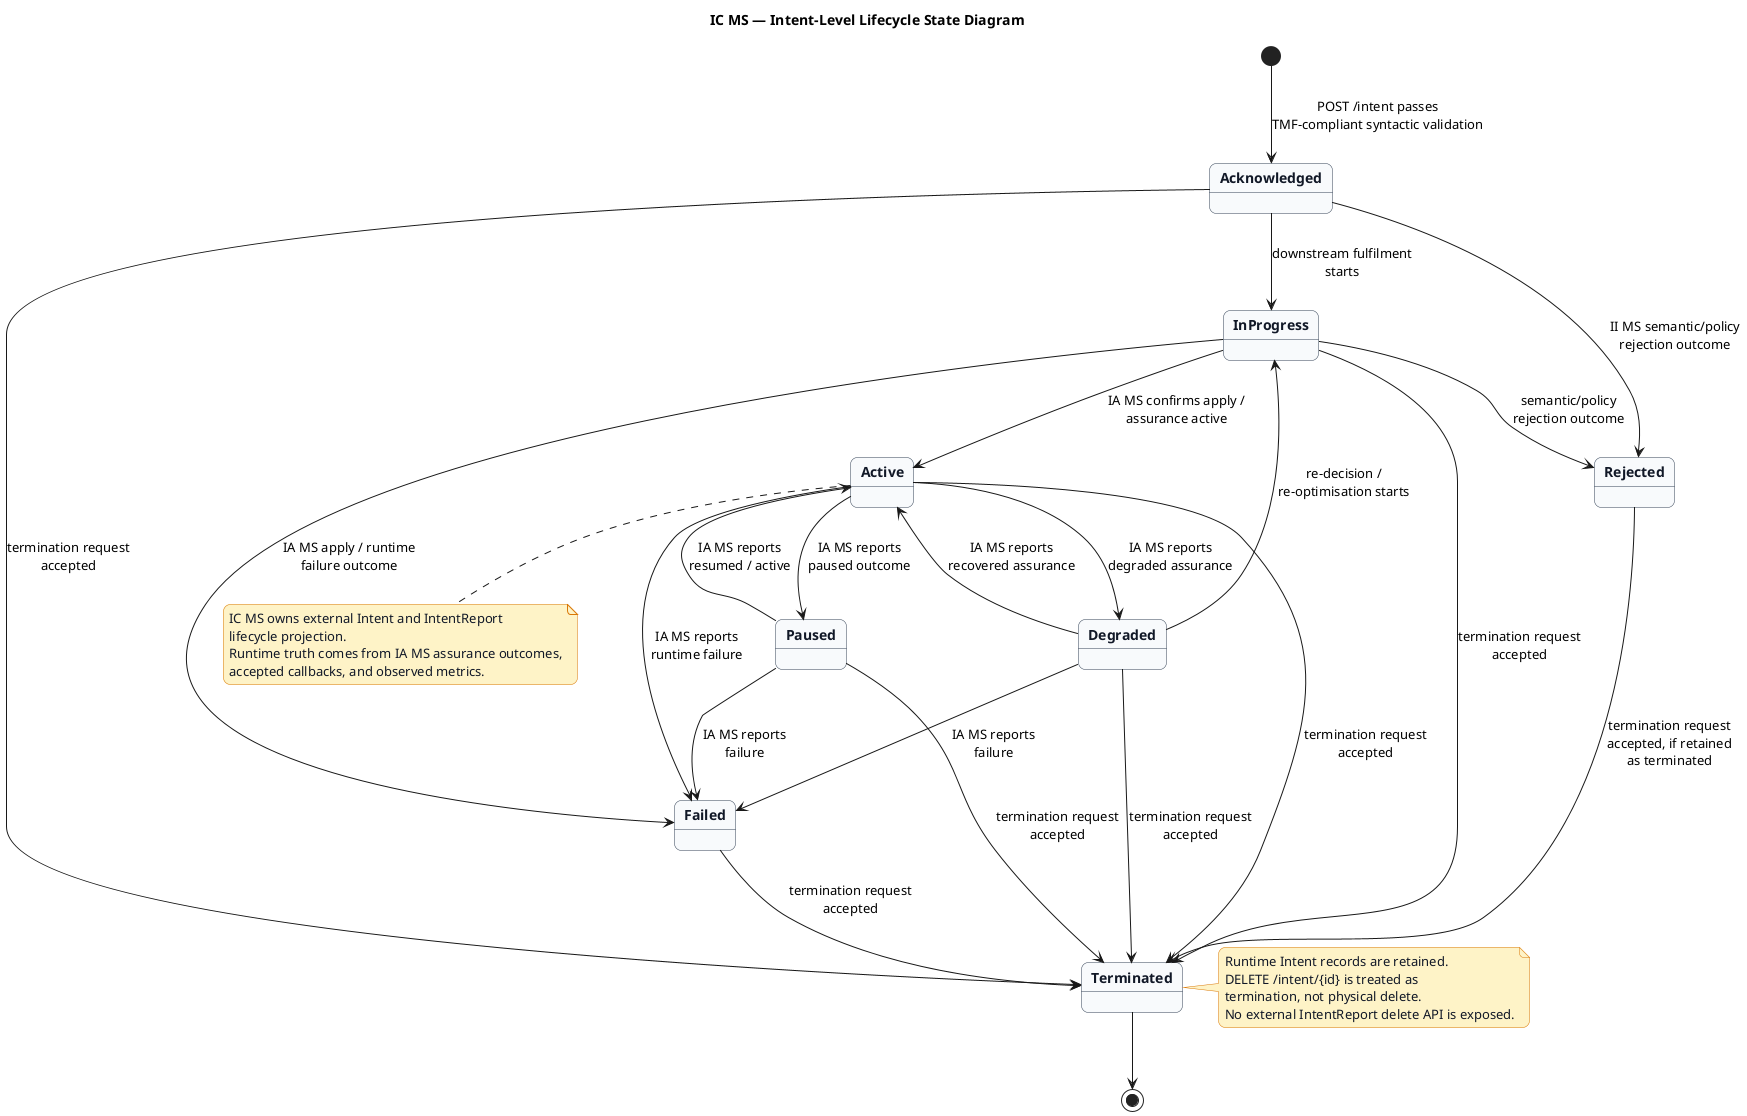
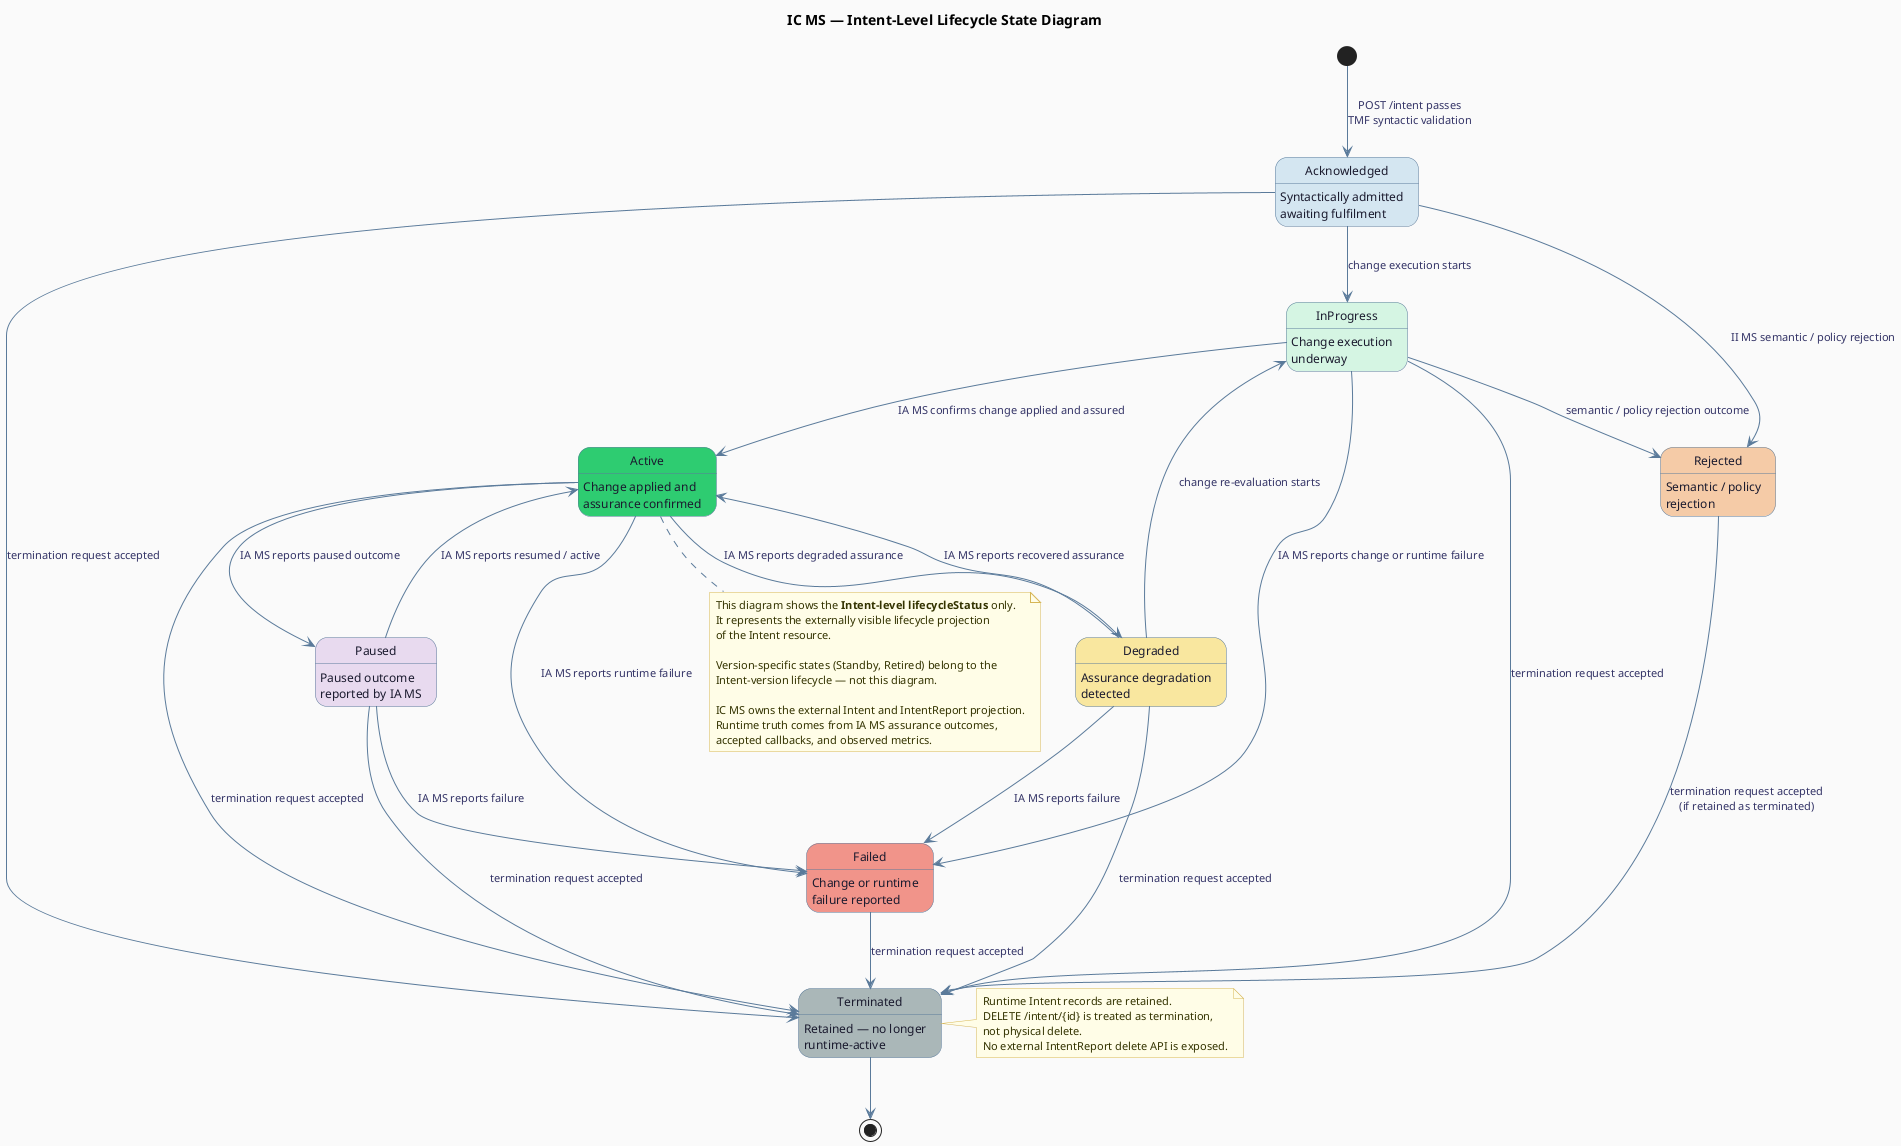
@startuml
- title IC MS — Intent-Level Lifecycle State Diagram
+ ' IC MS — Intent-Level Lifecycle State Diagram

- skinparam backgroundColor #FFFFFF
+ hide empty description
skinparam shadowing false
- skinparam roundcorner 14
+ skinparam backgroundColor #FAFAFA
+ 
skinparam state {
-  BackgroundColor #F8FAFC
-  BorderColor #334155
-  FontColor #111827
-  FontStyle bold
- }
- skinparam note {
-  BackgroundColor #FEF3C7
-  BorderColor #D97706
-  FontColor #111827
+   BackgroundColor #FFFFFF
+   BorderColor #5a7a9a
+   FontSize 12
+   FontColor #1a1a2e
+   ArrowColor #5a7a9a
+   ArrowFontSize 11
+   ArrowFontColor #333366
}

- [*] --> Acknowledged : POST /intent passes\nTMF-compliant syntactic validation
+ skinparam note {
+   BackgroundColor #fffde7
+   BorderColor #d6b656
+   FontSize 11
+   FontColor #333300
+ }

- Acknowledged --> Rejected : II MS semantic/policy\nrejection outcome
- Acknowledged --> InProgress : downstream fulfilment\nstarts
+ title <b>IC MS — Intent-Level Lifecycle State Diagram</b>

- InProgress --> Rejected : semantic/policy\nrejection outcome
- InProgress --> Active : IA MS confirms apply /\nassurance active
- InProgress --> Failed : IA MS apply / runtime\nfailure outcome
+ ' ── States ────────────────────────────────────────────────────────────────
+ state Acknowledged #d4e6f1 : Syntactically admitted\nawaiting fulfilment
+ state InProgress   #d5f5e3 : Change execution\nunderway
+ state Active       #2ecc71 : Change applied and\nassurance confirmed
+ state Degraded     #f9e79f : Assurance degradation\ndetected
+ state Paused       #e8daef : Paused outcome\nreported by IA MS
+ state Failed       #f1948a : Change or runtime\nfailure reported
+ state Rejected     #f5cba7 : Semantic / policy\nrejection
+ state Terminated   #aab7b8 : Retained — no longer\nruntime-active

- Active --> Degraded : IA MS reports\ndegraded assurance
- Degraded --> Active : IA MS reports\nrecovered assurance
- Degraded --> InProgress : re-decision /\nre-optimisation starts
+ ' ── Entry ─────────────────────────────────────────────────────────────────
+ [*] --> Acknowledged : POST /intent passes\nTMF syntactic validation

- Active --> Paused : IA MS reports\npaused outcome
- Paused --> Active : IA MS reports\nresumed / active
- Paused --> Failed : IA MS reports\nfailure
+ ' ── Acknowledged ──────────────────────────────────────────────────────────
+ Acknowledged --> InProgress : change execution starts
+ Acknowledged --> Rejected   : II MS semantic / policy rejection
+ Acknowledged --> Terminated : termination request accepted

- Active --> Failed : IA MS reports\nruntime failure
- Degraded --> Failed : IA MS reports\nfailure
+ ' ── InProgress ────────────────────────────────────────────────────────────
+ InProgress --> Active     : IA MS confirms change applied and assured
+ InProgress --> Failed     : IA MS reports change or runtime failure
+ InProgress --> Rejected   : semantic / policy rejection outcome
+ InProgress --> Terminated : termination request accepted

- Acknowledged --> Terminated : termination request\naccepted
- InProgress --> Terminated : termination request\naccepted
- Active --> Terminated : termination request\naccepted
- Degraded --> Terminated : termination request\naccepted
- Paused --> Terminated : termination request\naccepted
- Failed --> Terminated : termination request\naccepted
- Rejected --> Terminated : termination request\naccepted, if retained\nas terminated
+ ' ── Active ────────────────────────────────────────────────────────────────
+ Active --> Degraded   : IA MS reports degraded assurance
+ Active --> Paused     : IA MS reports paused outcome
+ Active --> Failed     : IA MS reports runtime failure
+ Active --> Terminated : termination request accepted
+ 
+ ' ── Degraded ──────────────────────────────────────────────────────────────
+ Degraded --> Active     : IA MS reports recovered assurance
+ Degraded --> InProgress : change re-evaluation starts
+ Degraded --> Failed     : IA MS reports failure
+ Degraded --> Terminated : termination request accepted
+ 
+ ' ── Paused ────────────────────────────────────────────────────────────────
+ Paused --> Active     : IA MS reports resumed / active
+ Paused --> Failed     : IA MS reports failure
+ Paused --> Terminated : termination request accepted
+ 
+ ' ── Terminal ──────────────────────────────────────────────────────────────
+ Failed    --> Terminated : termination request accepted
+ Rejected  --> Terminated : termination request accepted\n(if retained as terminated)

Terminated --> [*]

+ ' ── Notes ─────────────────────────────────────────────────────────────────
note right of Terminated
-  Runtime Intent records are retained.
-  DELETE /intent/{id} is treated as
-  termination, not physical delete.
-  No external IntentReport delete API is exposed.
+   Runtime Intent records are retained.
+   DELETE /intent/{id} is treated as termination,
+   not physical delete.
+   No external IntentReport delete API is exposed.
end note

note bottom of Active
-  IC MS owns external Intent and IntentReport
-  lifecycle projection.
-  Runtime truth comes from IA MS assurance outcomes,
-  accepted callbacks, and observed metrics.
+   This diagram shows the <b>Intent-level lifecycleStatus</b> only.
+   It represents the externally visible lifecycle projection
+   of the Intent resource.
+ 
+   Version-specific states (Standby, Retired) belong to the
+   Intent-version lifecycle — not this diagram.
+ 
+   IC MS owns the external Intent and IntentReport projection.
+   Runtime truth comes from IA MS assurance outcomes,
+   accepted callbacks, and observed metrics.
end note

- @enduml
+ @enduml